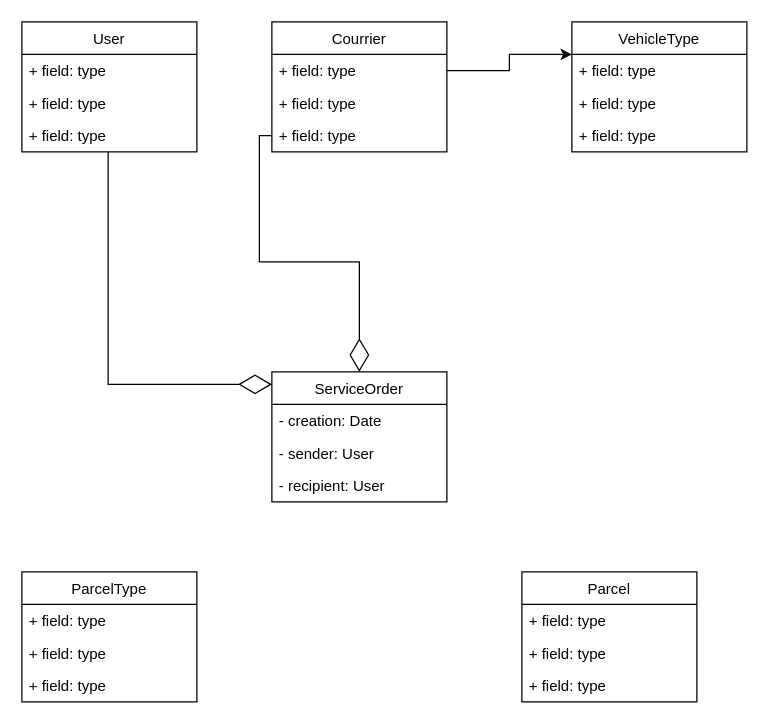
Above: page "Model class diagram" (3 of 4) of docs/HI-parcel-UML.drawio in akctba/hiparcel (draw.io), before the change. Source tidied: cells renumbered, new cells numbered last; positions are measured from the earlier drawing's top-left corner, leaving out a move shared by most shapes. Both pictures are drawn from the tidied source at 125%, with x=0, y=0 at pixel (21, 21).
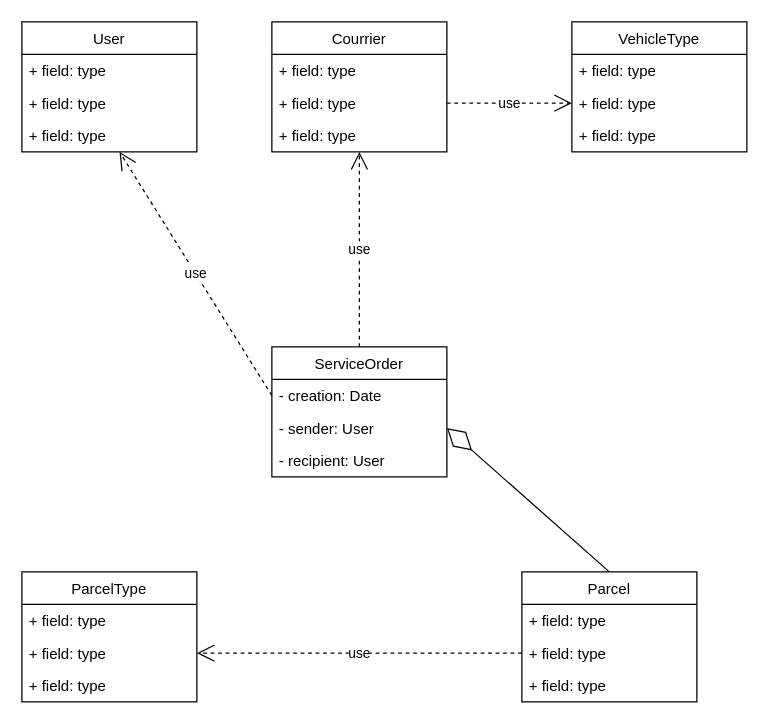
The same diagram, later.

The change refers to these unchanged cells:
```xml
<mxCell id="5" value="+ field: type" style="text;strokeColor=none;fillColor=none;align=left;verticalAlign=top;spacingLeft=4;spacingRight=4;overflow=hidden;points=[[0,0.5],[1,0.5]];portConstraint=eastwest;" parent="2" vertex="1">
  <mxGeometry y="78" width="140" height="26" as="geometry" />
</mxCell>
<mxCell id="7" value="+ field: type" style="text;strokeColor=none;fillColor=none;align=left;verticalAlign=top;spacingLeft=4;spacingRight=4;overflow=hidden;points=[[0,0.5],[1,0.5]];portConstraint=eastwest;" parent="6" vertex="1">
  <mxGeometry y="26" width="140" height="26" as="geometry" />
</mxCell>
<mxCell id="8" value="+ field: type" style="text;strokeColor=none;fillColor=none;align=left;verticalAlign=top;spacingLeft=4;spacingRight=4;overflow=hidden;points=[[0,0.5],[1,0.5]];portConstraint=eastwest;" parent="6" vertex="1">
  <mxGeometry y="52" width="140" height="26" as="geometry" />
</mxCell>
<mxCell id="9" value="+ field: type" style="text;strokeColor=none;fillColor=none;align=left;verticalAlign=top;spacingLeft=4;spacingRight=4;overflow=hidden;points=[[0,0.5],[1,0.5]];portConstraint=eastwest;" parent="6" vertex="1">
  <mxGeometry y="78" width="140" height="26" as="geometry" />
</mxCell>
<mxCell id="10" value="Parcel" style="swimlane;fontStyle=0;horizontal=1;startSize=26;fillColor=none;" parent="1" vertex="1">
  <mxGeometry x="400" y="440" width="140" height="104" as="geometry" />
</mxCell>
<mxCell id="12" value="+ field: type" style="text;strokeColor=none;fillColor=none;align=left;verticalAlign=top;spacingLeft=4;spacingRight=4;overflow=hidden;points=[[0,0.5],[1,0.5]];portConstraint=eastwest;" parent="10" vertex="1">
  <mxGeometry y="52" width="140" height="26" as="geometry" />
</mxCell>
<mxCell id="15" value="- creation: Date" style="text;strokeColor=none;fillColor=none;align=left;verticalAlign=top;spacingLeft=4;spacingRight=4;overflow=hidden;points=[[0,0.5],[1,0.5]];portConstraint=eastwest;" parent="14" vertex="1">
  <mxGeometry y="26" width="140" height="26" as="geometry" />
</mxCell>
<mxCell id="16" value="- sender: User" style="text;strokeColor=none;fillColor=none;align=left;verticalAlign=top;spacingLeft=4;spacingRight=4;overflow=hidden;points=[[0,0.5],[1,0.5]];portConstraint=eastwest;" parent="14" vertex="1">
  <mxGeometry y="52" width="140" height="26" as="geometry" />
</mxCell>
<mxCell id="18" value="VehicleType" style="swimlane;fontStyle=0;horizontal=1;startSize=26;fillColor=none;" parent="1" vertex="1">
  <mxGeometry x="440" width="140" height="104" as="geometry" />
</mxCell>
<mxCell id="20" value="+ field: type" style="text;strokeColor=none;fillColor=none;align=left;verticalAlign=top;spacingLeft=4;spacingRight=4;overflow=hidden;points=[[0,0.5],[1,0.5]];portConstraint=eastwest;" parent="18" vertex="1">
  <mxGeometry y="52" width="140" height="26" as="geometry" />
</mxCell>
<mxCell id="24" value="+ field: type" style="text;strokeColor=none;fillColor=none;align=left;verticalAlign=top;spacingLeft=4;spacingRight=4;overflow=hidden;points=[[0,0.5],[1,0.5]];portConstraint=eastwest;" parent="22" vertex="1">
  <mxGeometry y="52" width="140" height="26" as="geometry" />
</mxCell>
```

Diff of the diagram source:
```diff
@@
     <mxCell id="14" value="ServiceOrder" style="swimlane;fontStyle=0;horizontal=1;startSize=26;fillColor=none;" parent="1" vertex="1">
-      <mxGeometry x="200" y="280" width="140" height="104" as="geometry" />
+      <mxGeometry x="200" y="260" width="140" height="104" as="geometry" />
     </mxCell>
@@
-    <mxCell id="26" style="endArrow=diamondThin;endFill=0;endSize=24;html=1;entryX=0;entryY=0.096;entryDx=0;entryDy=0;entryPerimeter=0;edgeStyle=orthogonalEdgeStyle;rounded=0;exitX=0.493;exitY=1;exitDx=0;exitDy=0;exitPerimeter=0;" parent="1" edge="1" source="5" target="14">
-      <mxGeometry relative="1" as="geometry" />
-    </mxCell>
-    <mxCell id="27" style="endArrow=diamondThin;endFill=0;endSize=24;html=1;exitX=0;exitY=0.5;exitDx=0;exitDy=0;entryX=0.5;entryY=0;entryDx=0;entryDy=0;edgeStyle=orthogonalEdgeStyle;rounded=0;" parent="1" edge="1" source="9" target="14">
-      <mxGeometry relative="1" as="geometry" />
-    </mxCell>
-    <mxCell id="28" style="edgeStyle=orthogonalEdgeStyle;rounded=0;jettySize=auto;html=1;exitX=1;exitY=0.5;exitDx=0;exitDy=0;entryX=0;entryY=0.25;entryDx=0;entryDy=0;" parent="1" edge="1" source="7" target="18">
-      <mxGeometry relative="1" as="geometry" />
-    </mxCell>
+    <mxCell id="29" value="use" style="endArrow=open;endSize=12;dashed=1;html=1;exitX=0;exitY=0.5;exitDx=0;exitDy=0;" parent="1" edge="1" source="15" target="5">
+      <mxGeometry relative="1" as="geometry" />
+    </mxCell>
+    <mxCell id="30" value="use" style="endArrow=open;endSize=12;dashed=1;html=1;exitX=0.5;exitY=0;exitDx=0;exitDy=0;" parent="1" edge="1" source="14" target="9">
+      <mxGeometry relative="1" as="geometry" />
+    </mxCell>
+    <mxCell id="31" value="use" style="endArrow=open;endSize=12;dashed=1;html=1;entryX=0;entryY=0.5;entryDx=0;entryDy=0;" parent="1" edge="1" source="8" target="20">
+      <mxGeometry relative="1" as="geometry" />
+    </mxCell>
+    <mxCell id="32" style="endArrow=diamondThin;endFill=0;endSize=24;html=1;entryX=1;entryY=0.5;entryDx=0;entryDy=0;exitX=0.5;exitY=0;exitDx=0;exitDy=0;" parent="1" edge="1" source="10" target="16">
+      <mxGeometry relative="1" as="geometry" />
+    </mxCell>
+    <mxCell id="33" value="use" style="endArrow=open;endSize=12;dashed=1;html=1;entryX=1;entryY=0.5;entryDx=0;entryDy=0;exitX=0;exitY=0.5;exitDx=0;exitDy=0;" parent="1" edge="1" source="12" target="24">
+      <mxGeometry relative="1" as="geometry" />
+    </mxCell>
```
